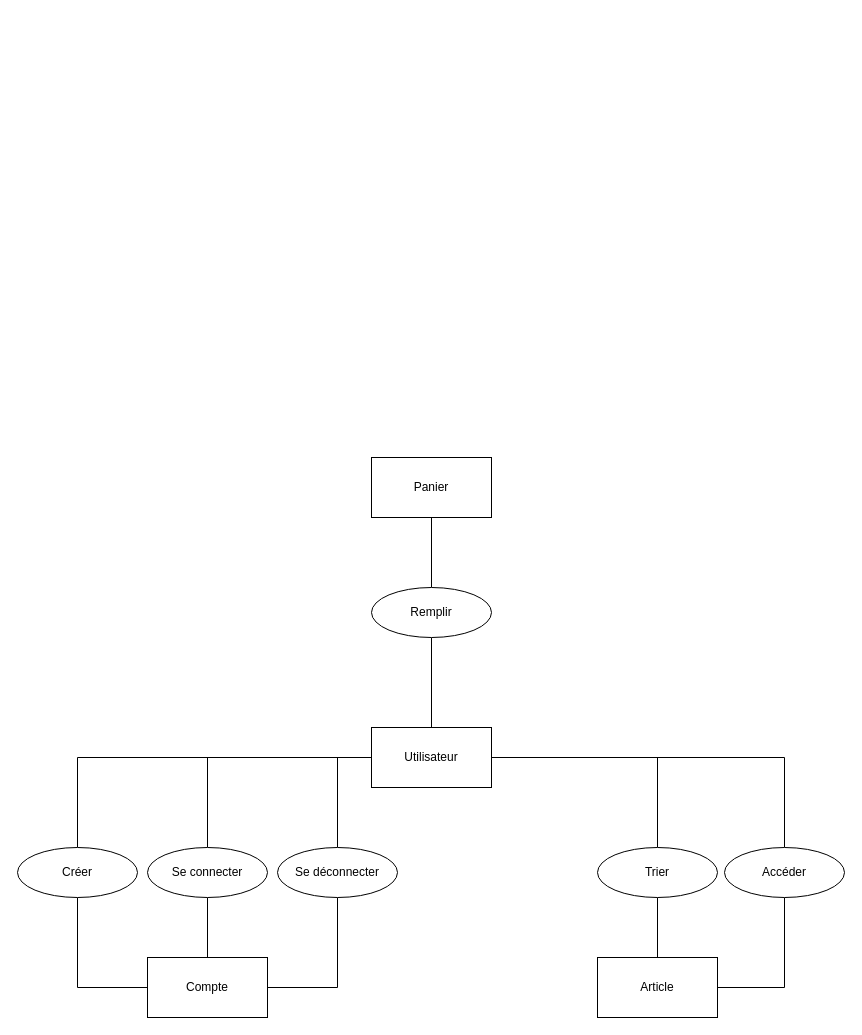
Before: page "MCD" (1 of 6) of BDD.drawio in Benji290402/TpPHP-SQL, a draw.io diagram. Source tidied: cells renumbered, new cells numbered last; positions are measured from the earlier drawing's top-left corner, leaving out a move shared by most shapes. Both pictures are drawn from the tidied source at 100%, with x=0, y=0 at pixel (17, 457).
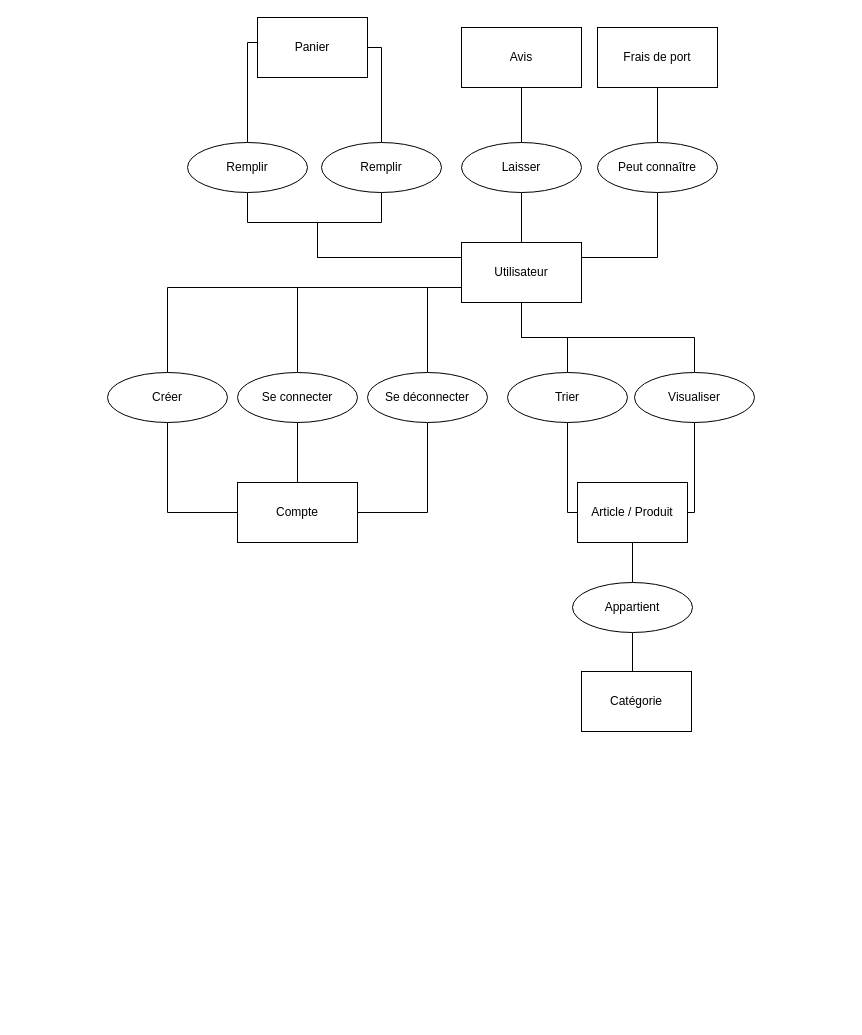
The same page after the edit.

Commit message:
:memo: BDD

The edit, as a diff of the source:
```diff
@@
-    <mxCell id="2" style="edgeStyle=orthogonalEdgeStyle;rounded=0;jettySize=auto;html=1;endArrow=none;endFill=0;" parent="1" edge="1" source="8" target="11">
+    <mxCell id="2" style="edgeStyle=orthogonalEdgeStyle;rounded=0;jettySize=auto;html=1;endArrow=none;endFill=0;exitX=0;exitY=0.75;exitDx=0;exitDy=0;" parent="1" edge="1" source="8" target="11">
       <mxGeometry relative="1" as="geometry" />
     </mxCell>
-    <mxCell id="3" style="edgeStyle=orthogonalEdgeStyle;rounded=0;jettySize=auto;html=1;exitX=0;exitY=0.5;exitDx=0;exitDy=0;endArrow=none;endFill=0;" parent="1" edge="1" source="8" target="15">
+    <mxCell id="3" style="edgeStyle=orthogonalEdgeStyle;rounded=0;jettySize=auto;html=1;exitX=0;exitY=0.75;exitDx=0;exitDy=0;endArrow=none;endFill=0;" parent="1" edge="1" source="8" target="15">
       <mxGeometry relative="1" as="geometry" />
     </mxCell>
-    <mxCell id="4" style="edgeStyle=orthogonalEdgeStyle;rounded=0;jettySize=auto;html=1;exitX=0;exitY=0.5;exitDx=0;exitDy=0;endArrow=none;endFill=0;" parent="1" edge="1" source="8" target="13">
+    <mxCell id="4" style="edgeStyle=orthogonalEdgeStyle;rounded=0;jettySize=auto;html=1;exitX=0;exitY=0.75;exitDx=0;exitDy=0;endArrow=none;endFill=0;" parent="1" edge="1" source="8" target="13">
       <mxGeometry relative="1" as="geometry" />
     </mxCell>
-    <mxCell id="5" style="edgeStyle=orthogonalEdgeStyle;rounded=0;jettySize=auto;html=1;exitX=1;exitY=0.5;exitDx=0;exitDy=0;endArrow=none;endFill=0;" parent="1" edge="1" source="8" target="18">
+    <mxCell id="5" style="edgeStyle=orthogonalEdgeStyle;rounded=0;jettySize=auto;html=1;exitX=0.5;exitY=1;exitDx=0;exitDy=0;endArrow=none;endFill=0;" parent="1" edge="1" source="8" target="18">
       <mxGeometry relative="1" as="geometry" />
     </mxCell>
-    <mxCell id="6" style="edgeStyle=orthogonalEdgeStyle;rounded=0;jettySize=auto;html=1;exitX=1;exitY=0.5;exitDx=0;exitDy=0;endArrow=none;endFill=0;" parent="1" edge="1" source="8" target="20">
+    <mxCell id="6" style="edgeStyle=orthogonalEdgeStyle;rounded=0;jettySize=auto;html=1;exitX=0.5;exitY=1;exitDx=0;exitDy=0;endArrow=none;endFill=0;" parent="1" edge="1" source="8" target="20">
       <mxGeometry relative="1" as="geometry" />
     </mxCell>
-    <mxCell id="7" style="rounded=0;jettySize=auto;html=1;exitX=0.5;exitY=0;exitDx=0;exitDy=0;entryX=0.5;entryY=1;entryDx=0;entryDy=0;endArrow=none;endFill=0;edgeStyle=orthogonalEdgeStyle;" parent="1" edge="1" source="8" target="23">
-      <mxGeometry relative="1" as="geometry" />
+    <mxCell id="7" style="rounded=0;jettySize=auto;html=1;exitX=0;exitY=0.25;exitDx=0;exitDy=0;endArrow=none;endFill=0;edgeStyle=orthogonalEdgeStyle;entryX=0.5;entryY=1;entryDx=0;entryDy=0;" parent="1" edge="1" source="8" target="23">
+      <mxGeometry relative="1" as="geometry">
+        <Array as="points">
+          <mxPoint x="300" y="-200" />
+          <mxPoint x="300" y="-235" />
+          <mxPoint x="364" y="-235" />
+        </Array>
+      </mxGeometry>
     </mxCell>
+    <mxCell id="24" style="edgeStyle=orthogonalEdgeStyle;rounded=0;jettySize=auto;html=1;exitX=0.5;exitY=0;exitDx=0;exitDy=0;entryX=0.5;entryY=1;entryDx=0;entryDy=0;endArrow=none;endFill=0;" parent="1" edge="1" source="8" target="33">
+      <mxGeometry relative="1" as="geometry" />
+    </mxCell>
+    <mxCell id="25" style="edgeStyle=orthogonalEdgeStyle;rounded=0;jettySize=auto;html=1;exitX=1;exitY=0.25;exitDx=0;exitDy=0;endArrow=none;endFill=0;entryX=0.5;entryY=1;entryDx=0;entryDy=0;" parent="1" edge="1" source="8" target="35">
+      <mxGeometry relative="1" as="geometry" />
+    </mxCell>
     <mxCell id="8" value="Utilisateur" style="rounded=0;whiteSpace=wrap;html=1;" parent="1" vertex="1">
-      <mxGeometry x="354" y="270" width="120" height="60" as="geometry" />
+      <mxGeometry x="444" y="-215" width="120" height="60" as="geometry" />
     </mxCell>
     <mxCell id="9" value="Compte" style="rounded=0;whiteSpace=wrap;html=1;" parent="1" vertex="1">
-      <mxGeometry x="130" y="500" width="120" height="60" as="geometry" />
+      <mxGeometry x="220" y="25" width="120" height="60" as="geometry" />
     </mxCell>
     <mxCell id="10" style="edgeStyle=orthogonalEdgeStyle;rounded=0;jettySize=auto;html=1;endArrow=none;endFill=0;" parent="1" edge="1" source="11" target="9">
       <mxGeometry relative="1" as="geometry">
         <Array as="points">
-          <mxPoint x="60" y="530" />
+          <mxPoint x="150" y="55" />
         </Array>
       </mxGeometry>
     </mxCell>
     <mxCell id="11" value="Créer" style="ellipse;whiteSpace=wrap;html=1;" parent="1" vertex="1">
-      <mxGeometry y="390" width="120" height="50" as="geometry" />
+      <mxGeometry x="90" y="-85" width="120" height="50" as="geometry" />
     </mxCell>
     <mxCell id="12" style="edgeStyle=orthogonalEdgeStyle;rounded=0;jettySize=auto;html=1;exitX=0.5;exitY=1;exitDx=0;exitDy=0;endArrow=none;endFill=0;" parent="1" edge="1" source="13" target="9">
       <mxGeometry relative="1" as="geometry">
         <Array as="points">
-          <mxPoint x="320" y="530" />
+          <mxPoint x="410" y="55" />
         </Array>
       </mxGeometry>
     </mxCell>
     <mxCell id="13" value="Se déconnecter" style="ellipse;whiteSpace=wrap;html=1;" parent="1" vertex="1">
-      <mxGeometry x="260" y="390" width="120" height="50" as="geometry" />
+      <mxGeometry x="350" y="-85" width="120" height="50" as="geometry" />
     </mxCell>
@@
     <mxCell id="15" value="Se connecter" style="ellipse;whiteSpace=wrap;html=1;" parent="1" vertex="1">
-      <mxGeometry x="130" y="390" width="120" height="50" as="geometry" />
+      <mxGeometry x="220" y="-85" width="120" height="50" as="geometry" />
     </mxCell>
+    <mxCell id="26" style="edgeStyle=orthogonalEdgeStyle;rounded=0;jettySize=auto;html=1;exitX=0.5;exitY=1;exitDx=0;exitDy=0;entryX=0.5;entryY=0;entryDx=0;entryDy=0;endArrow=none;endFill=0;" parent="1" edge="1" source="16" target="38">
+      <mxGeometry relative="1" as="geometry" />
+    </mxCell>
-    <mxCell id="16" value="Article" style="rounded=0;whiteSpace=wrap;html=1;" parent="1" vertex="1">
-      <mxGeometry x="580" y="500" width="120" height="60" as="geometry" />
+    <mxCell id="16" value="Article / Produit" style="rounded=0;whiteSpace=wrap;html=1;" parent="1" vertex="1">
+      <mxGeometry x="560" y="25" width="110" height="60" as="geometry" />
     </mxCell>
-    <mxCell id="17" style="edgeStyle=orthogonalEdgeStyle;rounded=0;jettySize=auto;html=1;exitX=0.5;exitY=1;exitDx=0;exitDy=0;endArrow=none;endFill=0;" parent="1" edge="1" source="18" target="16">
+    <mxCell id="17" style="edgeStyle=orthogonalEdgeStyle;rounded=0;jettySize=auto;html=1;exitX=0.5;exitY=1;exitDx=0;exitDy=0;endArrow=none;endFill=0;entryX=1;entryY=0.5;entryDx=0;entryDy=0;" parent="1" edge="1" source="18" target="16">
       <mxGeometry relative="1" as="geometry">
         <Array as="points">
-          <mxPoint x="767" y="530" />
+          <mxPoint x="677" y="55" />
         </Array>
       </mxGeometry>
     </mxCell>
-    <mxCell id="18" value="Accéder" style="ellipse;whiteSpace=wrap;html=1;" parent="1" vertex="1">
-      <mxGeometry x="707" y="390" width="120" height="50" as="geometry" />
+    <mxCell id="18" value="Visualiser" style="ellipse;whiteSpace=wrap;html=1;" parent="1" vertex="1">
+      <mxGeometry x="617" y="-85" width="120" height="50" as="geometry" />
     </mxCell>
-    <mxCell id="19" style="edgeStyle=orthogonalEdgeStyle;rounded=0;jettySize=auto;html=1;exitX=0.5;exitY=1;exitDx=0;exitDy=0;endArrow=none;endFill=0;" parent="1" edge="1" source="20" target="16">
-      <mxGeometry relative="1" as="geometry" />
+    <mxCell id="19" style="edgeStyle=orthogonalEdgeStyle;rounded=0;jettySize=auto;html=1;exitX=0.5;exitY=1;exitDx=0;exitDy=0;endArrow=none;endFill=0;entryX=0;entryY=0.5;entryDx=0;entryDy=0;" parent="1" edge="1" source="20" target="16">
+      <mxGeometry relative="1" as="geometry">
+        <Array as="points">
+          <mxPoint x="550" y="55" />
+        </Array>
+      </mxGeometry>
     </mxCell>
     <mxCell id="20" value="Trier" style="ellipse;whiteSpace=wrap;html=1;" parent="1" vertex="1">
-      <mxGeometry x="580" y="390" width="120" height="50" as="geometry" />
+      <mxGeometry x="490" y="-85" width="120" height="50" as="geometry" />
     </mxCell>
     <mxCell id="21" value="Panier" style="rounded=0;whiteSpace=wrap;html=1;" parent="1" vertex="1">
-      <mxGeometry x="354" width="120" height="60" as="geometry" />
+      <mxGeometry x="240" y="-440" width="110" height="60" as="geometry" />
     </mxCell>
-    <mxCell id="22" style="edgeStyle=orthogonalEdgeStyle;rounded=0;jettySize=auto;html=1;exitX=0.5;exitY=0;exitDx=0;exitDy=0;endArrow=none;endFill=0;" parent="1" edge="1" source="23" target="21">
-      <mxGeometry relative="1" as="geometry" />
+    <mxCell id="22" style="edgeStyle=orthogonalEdgeStyle;rounded=0;jettySize=auto;html=1;endArrow=none;endFill=0;entryX=1;entryY=0.5;entryDx=0;entryDy=0;" parent="1" edge="1" source="23" target="21">
+      <mxGeometry relative="1" as="geometry">
+        <Array as="points">
+          <mxPoint x="364" y="-410" />
+        </Array>
+      </mxGeometry>
     </mxCell>
     <mxCell id="23" value="Remplir" style="ellipse;whiteSpace=wrap;html=1;" parent="1" vertex="1">
-      <mxGeometry x="354" y="130" width="120" height="50" as="geometry" />
+      <mxGeometry x="304" y="-315" width="120" height="50" as="geometry" />
     </mxCell>
+    <mxCell id="27" style="edgeStyle=orthogonalEdgeStyle;rounded=0;jettySize=auto;html=1;exitX=0.5;exitY=0;exitDx=0;exitDy=0;endArrow=none;endFill=0;entryX=0;entryY=0.5;entryDx=0;entryDy=0;" parent="1" edge="1" source="29" target="21">
+      <mxGeometry relative="1" as="geometry">
+        <Array as="points">
+          <mxPoint x="230" y="-415" />
+        </Array>
+      </mxGeometry>
+    </mxCell>
+    <mxCell id="28" style="edgeStyle=orthogonalEdgeStyle;rounded=0;jettySize=auto;html=1;entryX=0;entryY=0.25;entryDx=0;entryDy=0;endArrow=none;endFill=0;exitX=0.5;exitY=1;exitDx=0;exitDy=0;" parent="1" edge="1" source="29" target="8">
+      <mxGeometry relative="1" as="geometry">
+        <Array as="points">
+          <mxPoint x="230" y="-235" />
+          <mxPoint x="300" y="-235" />
+          <mxPoint x="300" y="-200" />
+        </Array>
+      </mxGeometry>
+    </mxCell>
+    <mxCell id="29" value="Remplir" style="ellipse;whiteSpace=wrap;html=1;" parent="1" vertex="1">
+      <mxGeometry x="170" y="-315" width="120" height="50" as="geometry" />
+    </mxCell>
+    <mxCell id="30" value="Frais de port" style="rounded=0;whiteSpace=wrap;html=1;" parent="1" vertex="1">
+      <mxGeometry x="580" y="-430" width="120" height="60" as="geometry" />
+    </mxCell>
+    <mxCell id="31" value="Avis" style="rounded=0;whiteSpace=wrap;html=1;" parent="1" vertex="1">
+      <mxGeometry x="444" y="-430" width="120" height="60" as="geometry" />
+    </mxCell>
+    <mxCell id="32" style="edgeStyle=orthogonalEdgeStyle;rounded=0;jettySize=auto;html=1;exitX=0.5;exitY=0;exitDx=0;exitDy=0;entryX=0.5;entryY=1;entryDx=0;entryDy=0;endArrow=none;endFill=0;" parent="1" edge="1" source="33" target="31">
+      <mxGeometry relative="1" as="geometry" />
+    </mxCell>
+    <mxCell id="33" value="Laisser" style="ellipse;whiteSpace=wrap;html=1;" parent="1" vertex="1">
+      <mxGeometry x="444" y="-315" width="120" height="50" as="geometry" />
+    </mxCell>
+    <mxCell id="34" style="edgeStyle=orthogonalEdgeStyle;rounded=0;jettySize=auto;html=1;exitX=0.5;exitY=0;exitDx=0;exitDy=0;entryX=0.5;entryY=1;entryDx=0;entryDy=0;endArrow=none;endFill=0;" parent="1" edge="1" source="35" target="30">
+      <mxGeometry relative="1" as="geometry" />
+    </mxCell>
+    <mxCell id="35" value="Peut connaître" style="ellipse;whiteSpace=wrap;html=1;" parent="1" vertex="1">
+      <mxGeometry x="580" y="-315" width="120" height="50" as="geometry" />
+    </mxCell>
+    <mxCell id="36" style="edgeStyle=orthogonalEdgeStyle;rounded=0;jettySize=auto;html=1;exitX=0.5;exitY=0;exitDx=0;exitDy=0;entryX=0.5;entryY=1;entryDx=0;entryDy=0;endArrow=none;endFill=0;" parent="1" edge="1" source="37" target="38">
+      <mxGeometry relative="1" as="geometry" />
+    </mxCell>
+    <mxCell id="37" value="Catégorie" style="rounded=0;whiteSpace=wrap;html=1;" parent="1" vertex="1">
+      <mxGeometry x="564" y="214" width="110" height="60" as="geometry" />
+    </mxCell>
+    <mxCell id="38" value="Appartient" style="ellipse;whiteSpace=wrap;html=1;" parent="1" vertex="1">
+      <mxGeometry x="555" y="125" width="120" height="50" as="geometry" />
+    </mxCell>
```
